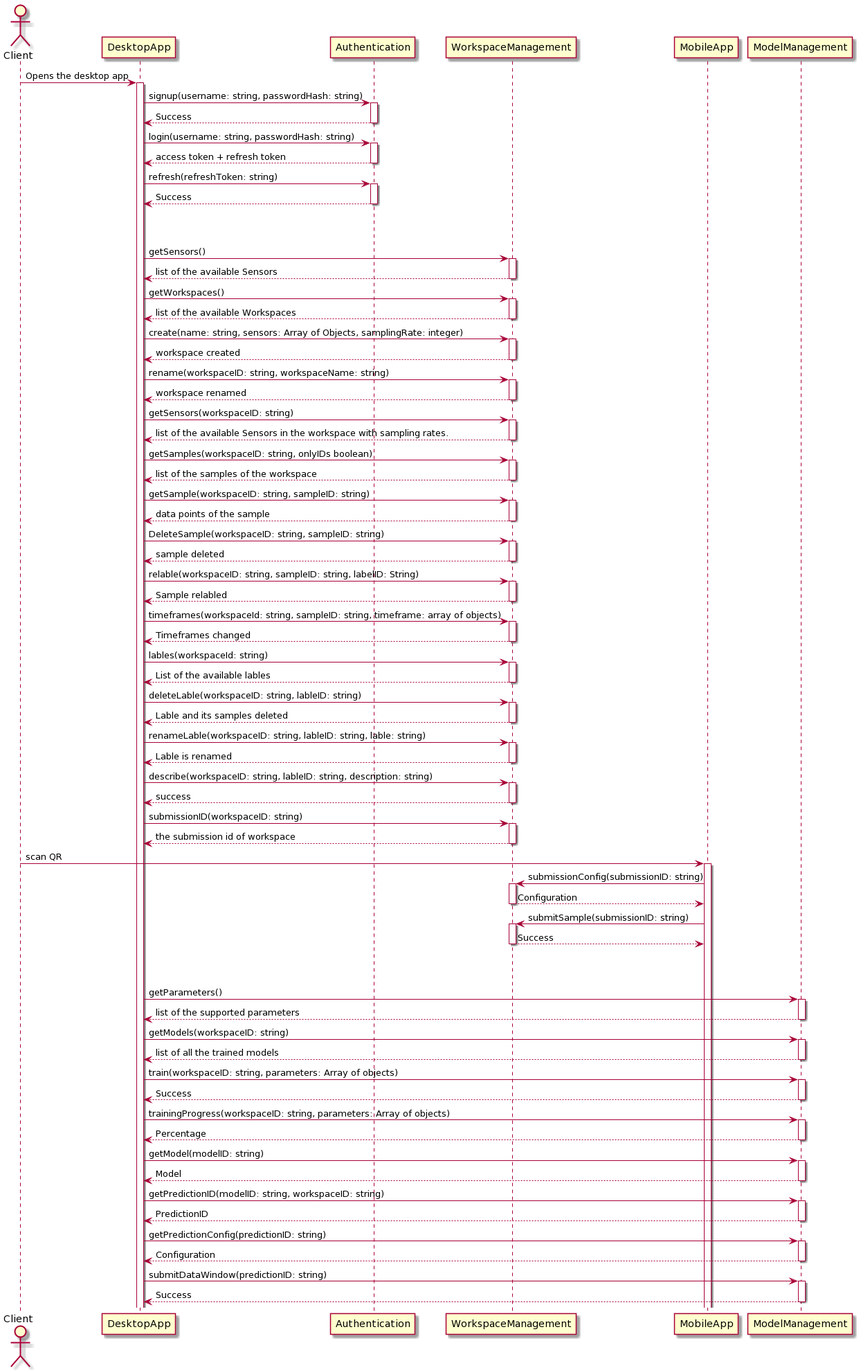
PSE-TECO-2020-TEAM1/e2e-ml_docs keeps this PlantUML diagram as Design/Documentation/figures/seq-general.png. Above is the earlier version.
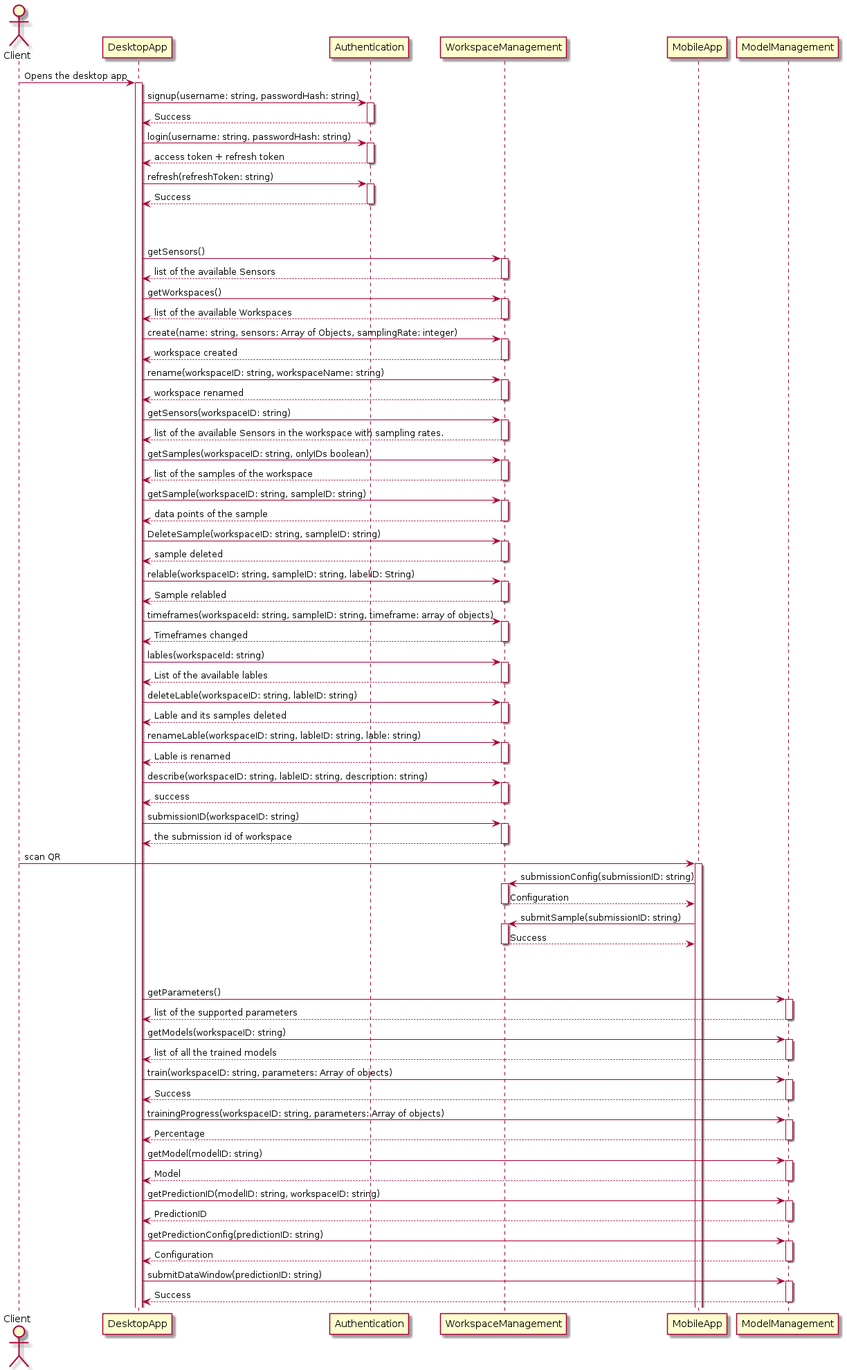
After the commit.

What changed in the source:
```diff
@@ -1,4 +1,5 @@
-@startuml
+@startuml General Sequence Diagram
+
 actor Client as Client
 Autoactivate on
 Client -> DesktopApp: Opens the desktop app
```
